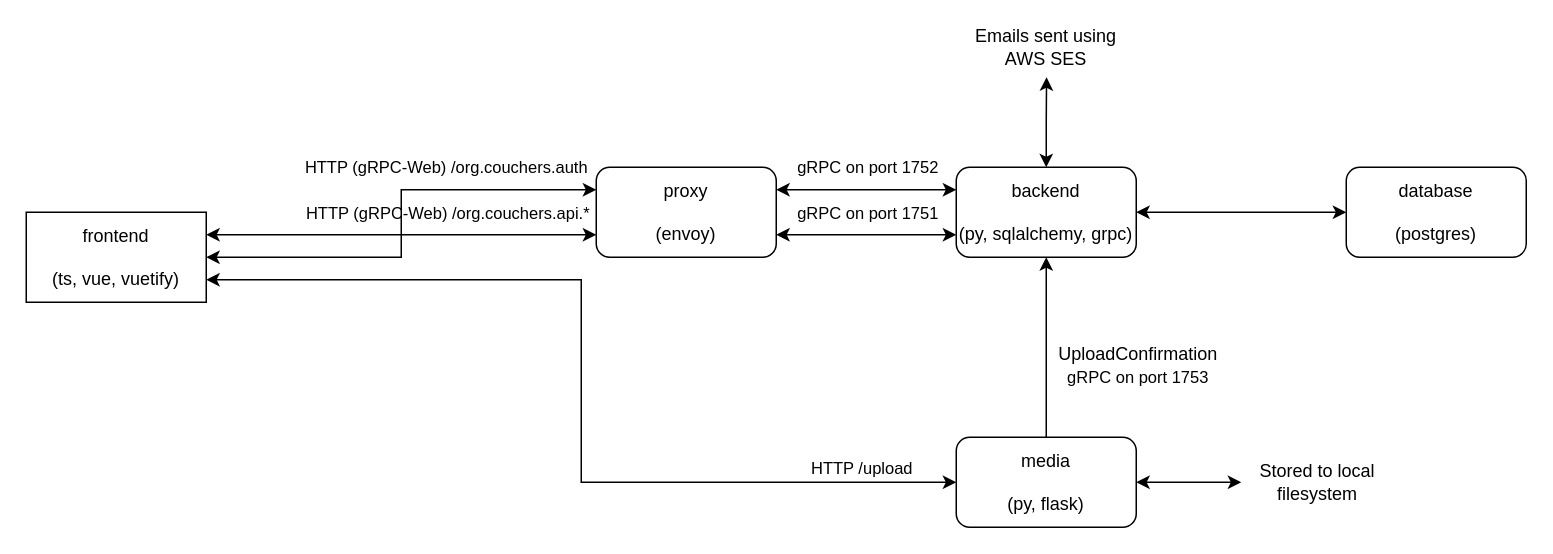
Earlier version of the draw.io diagram docs/couchers app.drawio (Couchers-org/couchers). Source tidied: cells renumbered, new cells numbered last; positions are measured from the earlier drawing's top-left corner, leaving out a move shared by most shapes. Both pictures are drawn from the tidied source at 150%, with x=0, y=0 at pixel (26, 32).
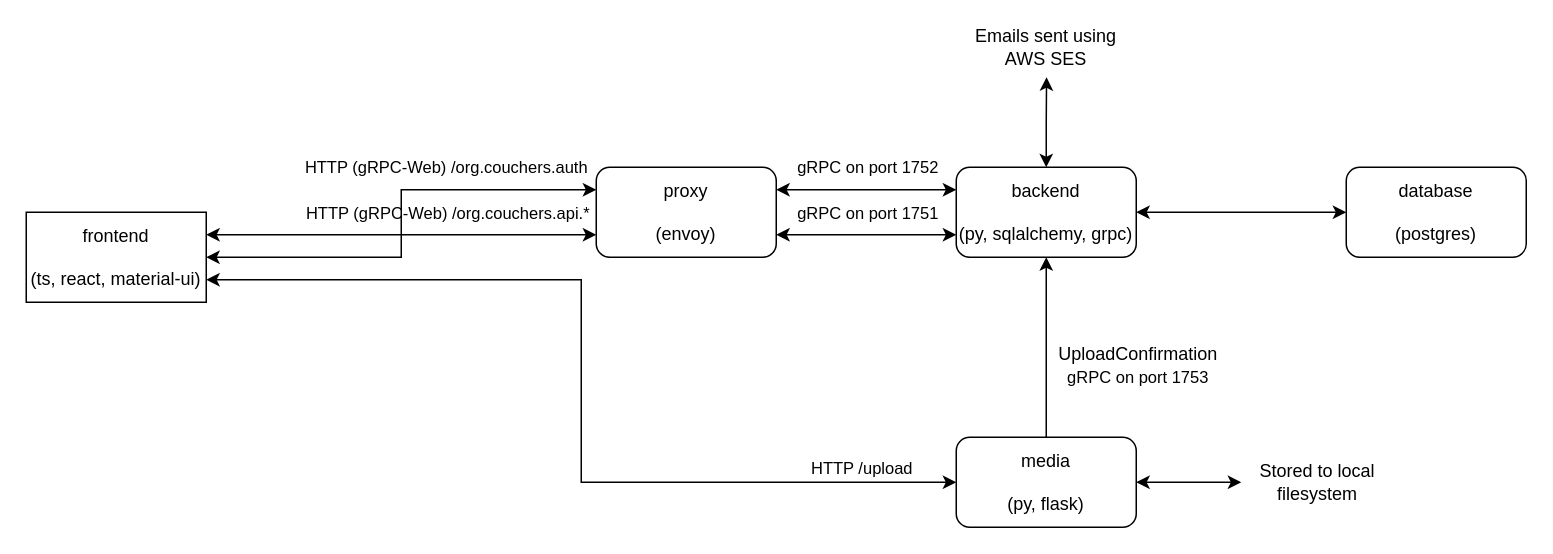
The same page after the edit.

Commit message (it also covers changes not shown here):
Update diagram with react for frontend instead of vue

What changed in the source:
```diff
@@
-    <mxCell id="11" value="&lt;div&gt;frontend&lt;/div&gt;&lt;div&gt;&lt;br&gt;&lt;/div&gt;(ts, vue, vuetify)" style="rounded=0;whiteSpace=wrap;html=1;" parent="1" vertex="1">
+    <mxCell id="11" value="&lt;div&gt;frontend&lt;/div&gt;&lt;div&gt;&lt;br&gt;&lt;/div&gt;(ts, react, material-ui)" style="rounded=0;whiteSpace=wrap;html=1;" parent="1" vertex="1">
       <mxGeometry y="120" width="120" height="60" as="geometry" />
     </mxCell>
```
